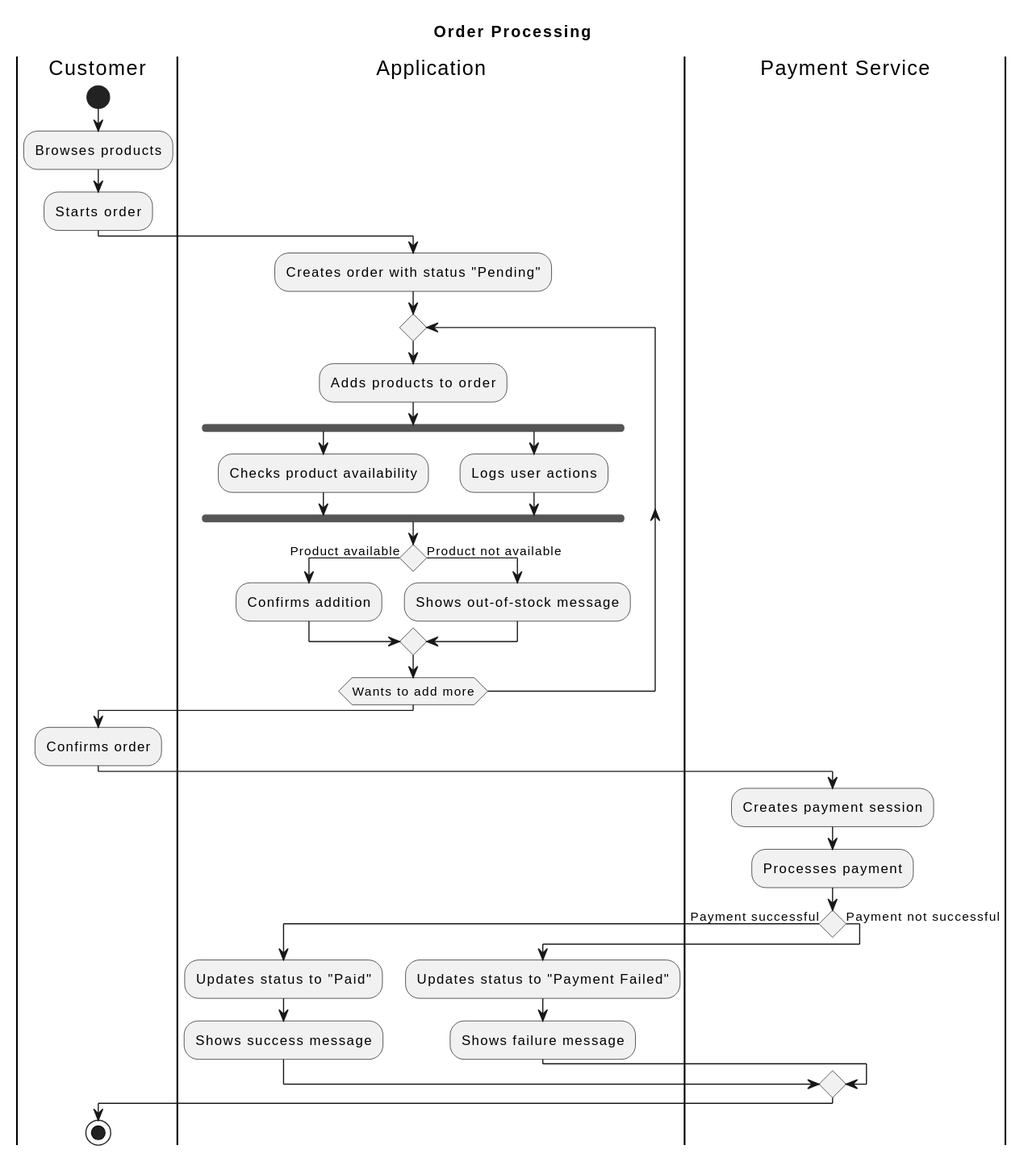
StenSOn27/lab4_kpi keeps this PlantUML diagram as Declarative/lab4_plantuml.svg. Above is the earlier version. The source it was exported from:
```plantuml
@startuml
title Order Processing

|Customer|
start
:Browses products;
:Starts order;

|Application|
:Creates order with status "Pending";

repeat
  :Adds products to order;

  fork
    :Checks product availability;
  fork again
    :Logs user actions;
  end fork

  if () then (Product available)
    :Confirms addition;
  else (Product not available)
    :Shows out-of-stock message;
  endif
repeat while (Wants to add more)

|Customer|
:Confirms order;

|Payment Service|
:Creates payment session;
:Processes payment;

if () then (Payment successful)
  |Application|
  :Updates status to "Paid";
  :Shows success message;
else (Payment not successful)
  |Application|
  :Updates status to "Payment Failed";
  :Shows failure message;
endif

|Customer|
stop
@enduml
```
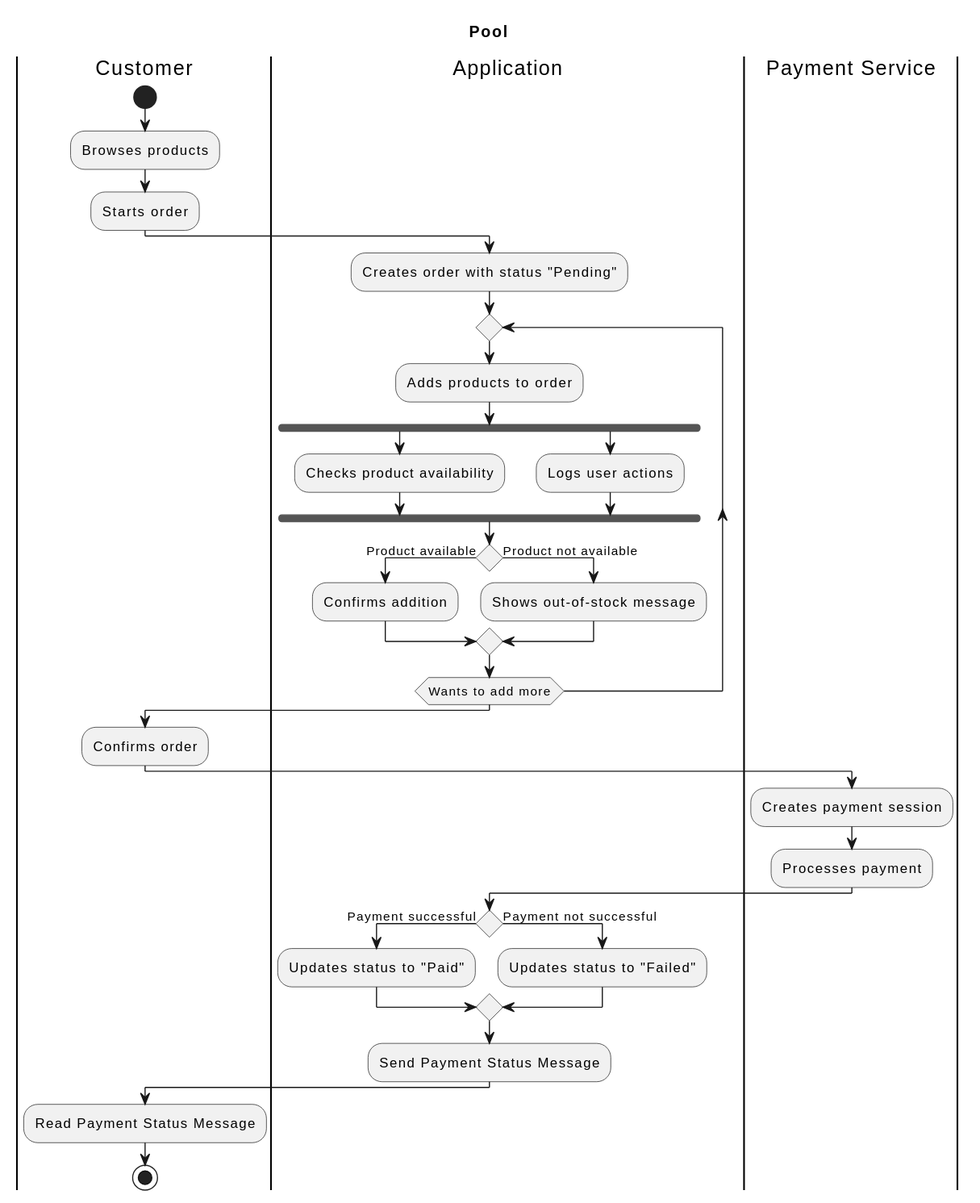
After the commit.

Change to the diagram source:
```diff
@@ -1,5 +1,5 @@
 @startuml
-title Order Processing
+title Pool
 
 |Customer|
 start
@@ -32,16 +32,16 @@
 :Creates payment session;
 :Processes payment;
 
+|Application|
 if () then (Payment successful)
-  |Application|
   :Updates status to "Paid";
-  :Shows success message;
 else (Payment not successful)
-  |Application|
-  :Updates status to "Payment Failed";
-  :Shows failure message;
+  :Updates status to "Failed";
 endif
 
+:Send Payment Status Message;
+
 |Customer|
+:Read Payment Status Message;
 stop
 @enduml
```
